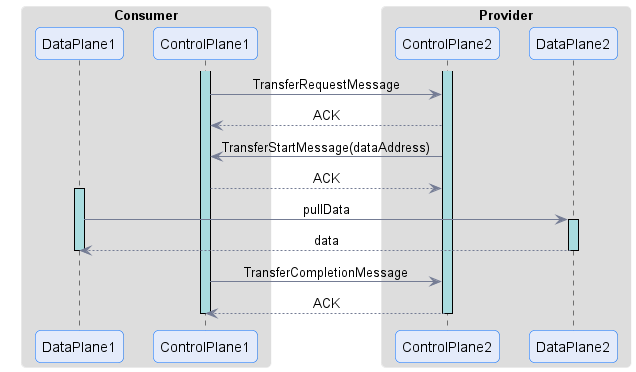
Earlier version of the PlantUML export transfer/pull-transfer-process.png (International-Data-Spaces-Association/ids-specification).
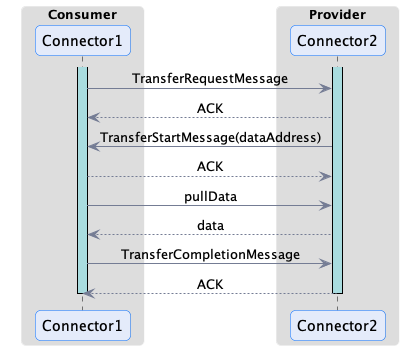
The same file after the commit.

Commit message:
fix the transfer protocol resources

Change to the diagram source:
```diff
@@ -8,35 +8,29 @@
 skinparam defaultTextAlignment center
 
 box Consumer
-participant DataPlane1
-participant ControlPlane1
+participant Connector1
 end box
 
 box Provider
-participant ControlPlane2
-participant DataPlane2
+participant Connector2
 end box
 
-activate ControlPlane1
-activate ControlPlane2
+activate Connector1
+activate Connector2
 
-ControlPlane1 -> ControlPlane2 : TransferRequestMessage
-ControlPlane2 --> ControlPlane1 : ACK
+Connector1 -> Connector2 : TransferRequestMessage
+Connector2 --> Connector1 : ACK
 
-ControlPlane2 -> ControlPlane1 : TransferStartMessage(dataAddress)
-ControlPlane1 --> ControlPlane2 : ACK
+Connector2 -> Connector1 : TransferStartMessage(dataAddress)
+Connector1 --> Connector2 : ACK
 
-activate DataPlane1
-DataPlane1 -> DataPlane2 : pullData
-activate DataPlane2
-DataPlane2 --> DataPlane1 : data
-deactivate DataPlane2
-deactivate DataPlane1
+Connector1 -> Connector2 : pullData
+Connector2 --> Connector1 : data
 
-ControlPlane1 -> ControlPlane2 : TransferCompletionMessage
-ControlPlane2 --> ControlPlane1 : ACK
+Connector1 -> Connector2 : TransferCompletionMessage
+Connector2 --> Connector1 : ACK
 
-deactivate ControlPlane1
-deactivate ControlPlane2
+deactivate Connector1
+deactivate Connector2
 
 @enduml
```
